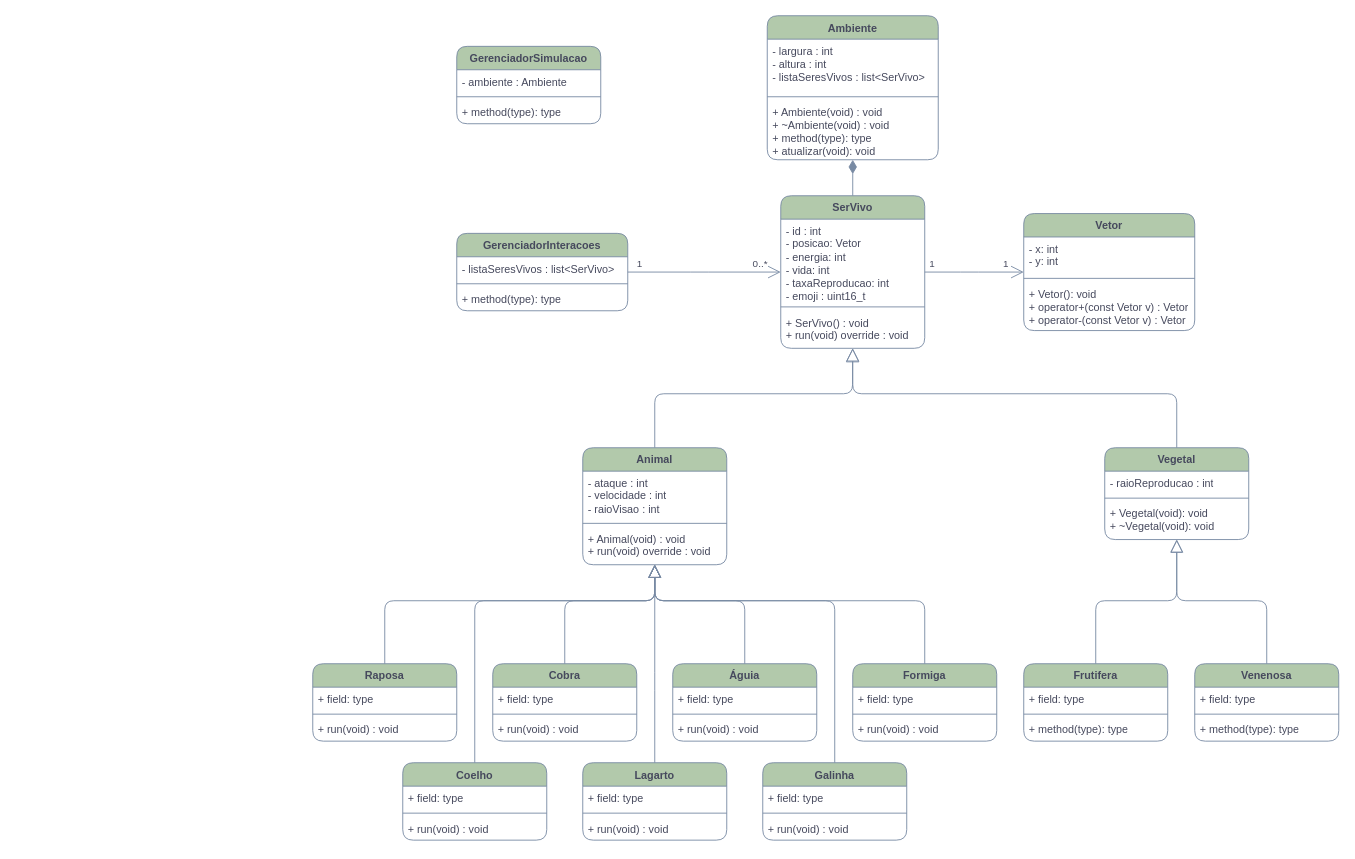
The draw.io diagram Diagramas/diagramas.drawio in robson1622/SimulacaoBiologica, before the edit. Source tidied: cells renumbered, new cells numbered last; positions are measured from the earlier drawing's top-left corner, leaving out a move shared by most shapes. Both pictures are drawn from the tidied source at 90%, with x=0, y=0 at pixel (312, 15).
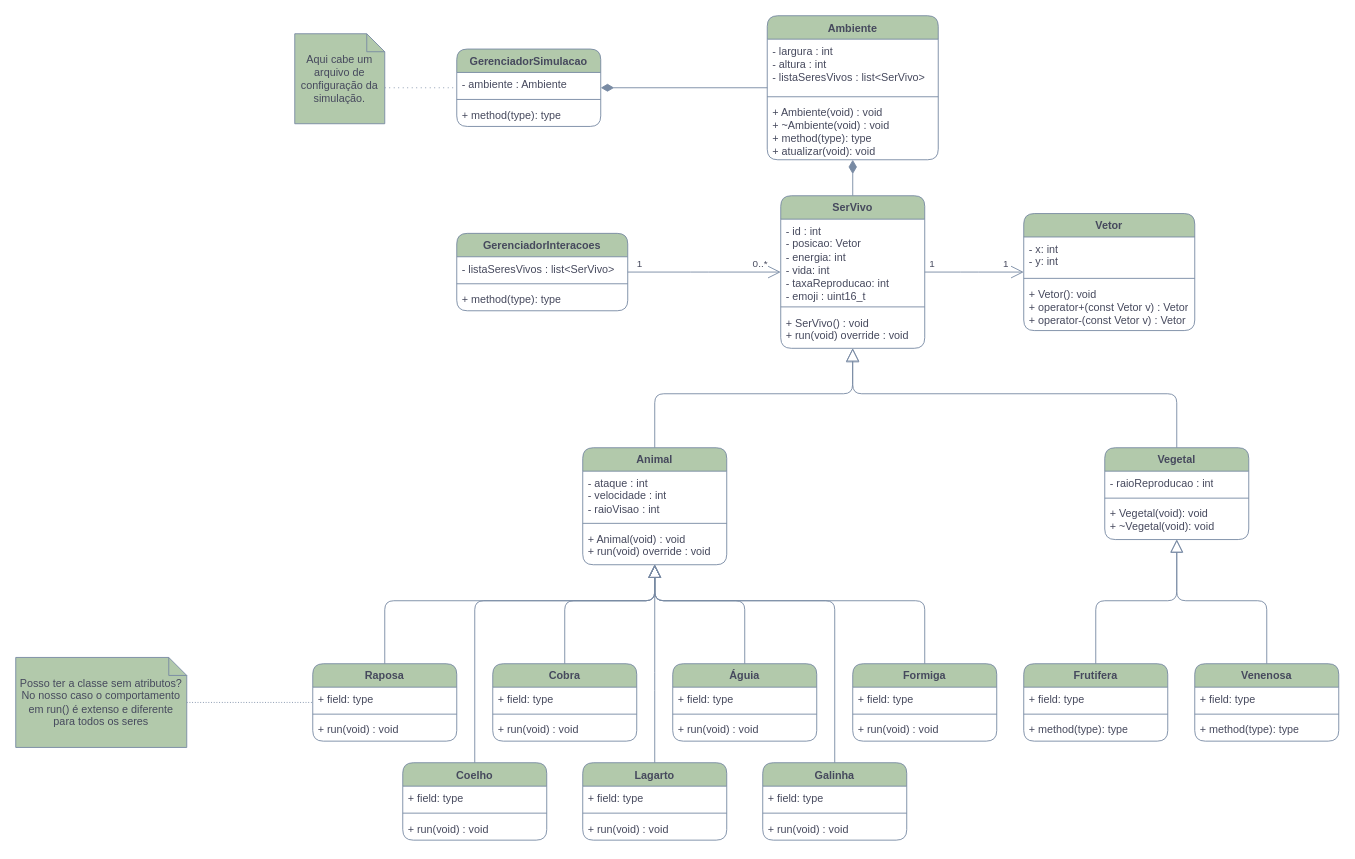
The same diagram, later.

Unchanged cells that the change refers to:
```xml
<mxCell id="15" value="Ambiente" style="swimlane;fontStyle=1;align=center;verticalAlign=top;horizontal=1;startSize=26;whiteSpace=wrap;html=1;rounded=1;labelBackgroundColor=none;fillColor=#B2C9AB;strokeColor=#788AA3;fontColor=#46495D;" parent="1" vertex="1">
  <mxGeometry x="505" width="190" height="160" as="geometry" />
</mxCell>
<mxCell id="24" value="Raposa" style="swimlane;fontStyle=1;align=center;verticalAlign=top;horizontal=1;startSize=26;whiteSpace=wrap;html=1;rounded=1;labelBackgroundColor=none;fillColor=#B2C9AB;strokeColor=#788AA3;fontColor=#46495D;" parent="1" vertex="1">
  <mxGeometry y="720" width="160" height="86" as="geometry" />
</mxCell>
```

Diff of the diagram source:
```diff
@@
+    <mxCell id="84" style="edgeStyle=orthogonalEdgeStyle;rounded=0;jettySize=auto;html=1;endArrow=none;endFill=0;startArrow=diamondThin;startFill=1;startSize=12;labelBackgroundColor=none;strokeColor=#788AA3;fontColor=default;" parent="1" edge="1" source="73" target="15">
+      <mxGeometry relative="1" as="geometry" />
+    </mxCell>
     <mxCell id="73" value="GerenciadorSimulacao" style="swimlane;fontStyle=1;align=center;verticalAlign=top;horizontal=1;startSize=26;whiteSpace=wrap;html=1;rounded=1;labelBackgroundColor=none;fillColor=#B2C9AB;strokeColor=#788AA3;fontColor=#46495D;" parent="1" vertex="1">
-      <mxGeometry x="160" y="34" width="160" height="86" as="geometry" />
+      <mxGeometry x="160" y="37" width="160" height="86" as="geometry" />
     </mxCell>
@@
+    <mxCell id="85" style="edgeStyle=orthogonalEdgeStyle;rounded=0;jettySize=auto;html=1;exitX=0;exitY=0;exitDx=100;exitDy=60;exitPerimeter=0;endArrow=none;endFill=0;dashed=1;dashPattern=1 4;labelBackgroundColor=none;strokeColor=#788AA3;fontColor=default;" parent="1" edge="1" source="86" target="73">
+      <mxGeometry relative="1" as="geometry" />
+    </mxCell>
+    <mxCell id="86" value="Aqui cabe um arquivo de configuração da simulação." style="shape=note;size=20;whiteSpace=wrap;html=1;fillColor=#B2C9AB;strokeColor=#788AA3;labelBackgroundColor=none;fontColor=#46495D;" parent="1" vertex="1">
+      <mxGeometry x="-20" y="20" width="100" height="100" as="geometry" />
+    </mxCell>
+    <mxCell id="87" style="edgeStyle=orthogonalEdgeStyle;rounded=0;jettySize=auto;html=1;endArrow=none;endFill=0;dashed=1;dashPattern=1 2;labelBackgroundColor=none;strokeColor=#788AA3;fontColor=default;" parent="1" edge="1" source="88" target="24">
+      <mxGeometry relative="1" as="geometry" />
+    </mxCell>
+    <mxCell id="88" value="Posso ter a classe sem atributos? No nosso caso o comportamento em run() é extenso e diferente para todos os seres" style="shape=note;size=20;whiteSpace=wrap;html=1;fillColor=#B2C9AB;strokeColor=#788AA3;labelBackgroundColor=none;fontColor=#46495D;" parent="1" vertex="1">
+      <mxGeometry x="-330" y="713" width="190" height="100" as="geometry" />
+    </mxCell>
```
